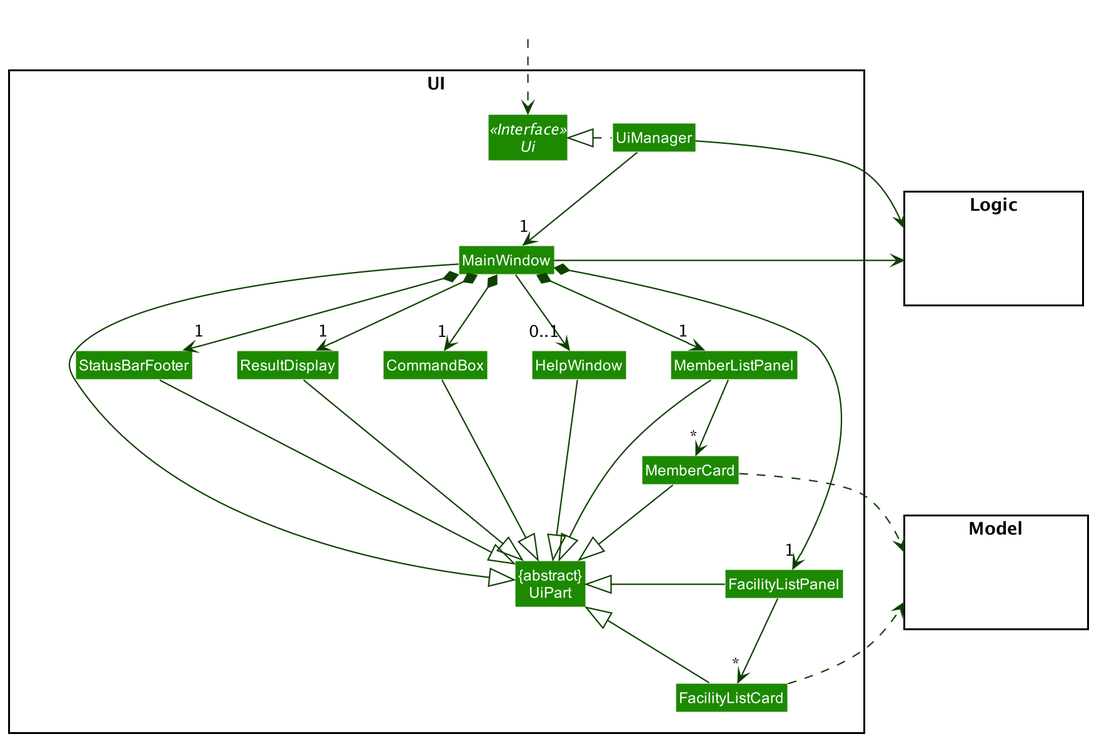
The PlantUML diagram docs/images/UiClassDiagram.png in nus-cs2103-AY2122S1/tp, before a commit. Its source is kept beside it as docs/diagrams/UiClassDiagram.puml.
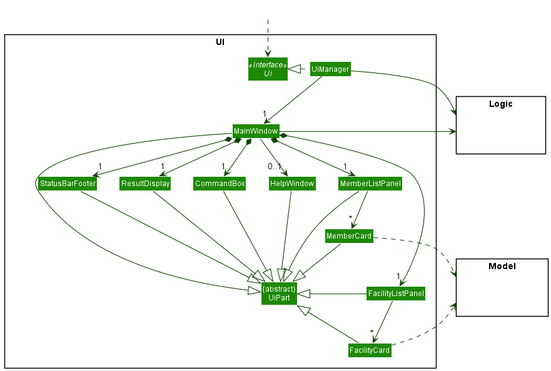
Later version of the same file.

What changed in the source:
```diff
@@ -16,7 +16,7 @@
 Class StatusBarFooter
 Class CommandBox
 Class FacilityListPanel
-Class FacilityListCard
+Class FacilityCard
 }
 
 package Model <<Rectangle>> {
@@ -40,7 +40,7 @@
 MainWindow *-down-> "1" FacilityListPanel
 
 MemberListPanel -down-> "*" MemberCard
-FacilityListPanel -down-> "*" FacilityListCard
+FacilityListPanel -down-> "*" FacilityCard
 
 MainWindow -left-|> UiPart
 
@@ -50,11 +50,11 @@
 MemberCard --|> UiPart
 StatusBarFooter --|> UiPart
 HelpWindow --|> UiPart
-FacilityListCard --|> UiPart
+FacilityCard --|> UiPart
 FacilityListPanel -left-|> UiPart
 
 MemberCard ..> Model
-FacilityListCard ..> Model
+FacilityCard ..> Model
 UiPart .[hidden]left. Model
 UiManager -right-> Logic
 MainWindow -left-> Logic
@@ -63,8 +63,8 @@
 HelpWindow -[hidden]left- CommandBox
 CommandBox -[hidden]left- ResultDisplay
 ResultDisplay -[hidden]left- StatusBarFooter
+FacilityCard -[hidden]left- MemberCard
 FacilityListPanel -[hidden]left- MemberListPanel
-FacilityListCard -[hidden]left- MemberCard
 
 MainWindow -[hidden]-|> UiPart
 @enduml
```
